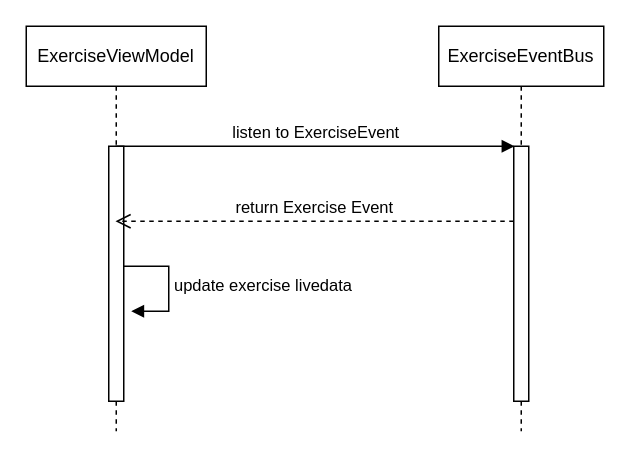
Above: my-thesis/diagrams/exercise-view-model-seq.drawio in ba-nhermanto/thesis (draw.io), before the change. Source tidied: cells renumbered, new cells numbered last; positions are measured from the earlier drawing's top-left corner, leaving out a move shared by most shapes. Both pictures are drawn from the tidied source at 150%, with x=0, y=0 at pixel (26, 26).
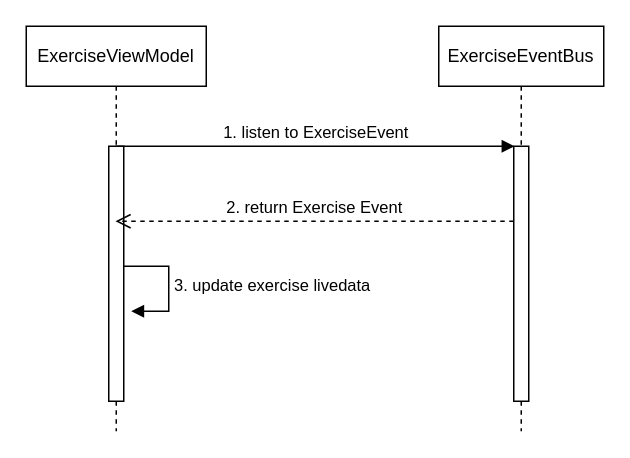
Above is the later version.

The edit, as a diff of the source:
```diff
@@
 <mxGraphModel>
   <root>
     <mxCell id="0" />
     <mxCell id="1" parent="0" />
     <mxCell id="2" value="ExerciseViewModel" style="shape=umlLifeline;perimeter=lifelinePerimeter;whiteSpace=wrap;html=1;outlineConnect=0;portConstraint=eastwest;newEdgeStyle={&quot;edgeStyle&quot;:&quot;elbowEdgeStyle&quot;,&quot;elbow&quot;:&quot;vertical&quot;,&quot;curved&quot;:0,&quot;rounded&quot;:0};" parent="1" vertex="1">
       <mxGeometry width="120" height="270" as="geometry" />
     </mxCell>
     <mxCell id="3" style="html=1;perimeter=orthogonalPerimeter;targetShapes=umlLifeline;newEdgeStyle={&quot;edgeStyle&quot;:&quot;elbowEdgeStyle&quot;,&quot;elbow&quot;:&quot;vertical&quot;,&quot;curved&quot;:0,&quot;rounded&quot;:0};" parent="2" vertex="1">
       <mxGeometry x="55" y="80" width="10" height="170" as="geometry" />
     </mxCell>
     <mxCell id="4" value="ExerciseEventBus" style="shape=umlLifeline;perimeter=lifelinePerimeter;whiteSpace=wrap;html=1;newEdgeStyle={&quot;edgeStyle&quot;:&quot;elbowEdgeStyle&quot;,&quot;elbow&quot;:&quot;vertical&quot;,&quot;curved&quot;:0,&quot;rounded&quot;:0};" parent="1" vertex="1">
       <mxGeometry x="275" width="110" height="270" as="geometry" />
     </mxCell>
     <mxCell id="5" style="html=1;perimeter=orthogonalPerimeter;targetShapes=umlLifeline;newEdgeStyle={&quot;edgeStyle&quot;:&quot;elbowEdgeStyle&quot;,&quot;elbow&quot;:&quot;vertical&quot;,&quot;curved&quot;:0,&quot;rounded&quot;:0};" parent="4" vertex="1">
       <mxGeometry x="50" y="80" width="10" height="170" as="geometry" />
     </mxCell>
-    <mxCell id="6" value="listen to ExerciseEvent" style="html=1;verticalAlign=bottom;endArrow=block;edgeStyle=elbowEdgeStyle;elbow=vertical;curved=0;rounded=0;" parent="1" edge="1" source="2">
+    <mxCell id="6" value="1. listen to ExerciseEvent" style="html=1;verticalAlign=bottom;endArrow=block;edgeStyle=elbowEdgeStyle;elbow=vertical;curved=0;rounded=0;" parent="1" edge="1" source="2">
       <mxGeometry relative="1" as="geometry">
         <mxPoint x="325.5" y="80" as="targetPoint" />
       </mxGeometry>
     </mxCell>
-    <mxCell id="7" value="return Exercise Event" style="html=1;verticalAlign=bottom;endArrow=open;dashed=1;endSize=8;edgeStyle=elbowEdgeStyle;elbow=vertical;curved=0;rounded=0;" parent="1" edge="1" target="2">
+    <mxCell id="7" value="2. return Exercise Event" style="html=1;verticalAlign=bottom;endArrow=open;dashed=1;endSize=8;edgeStyle=elbowEdgeStyle;elbow=vertical;curved=0;rounded=0;" parent="1" edge="1" target="2">
       <mxGeometry relative="1" as="geometry">
         <mxPoint x="325" y="130" as="sourcePoint" />
       </mxGeometry>
     </mxCell>
-    <mxCell id="8" value="update exercise livedata" style="html=1;align=left;spacingLeft=2;endArrow=block;rounded=0;edgeStyle=orthogonalEdgeStyle;curved=0;rounded=0;" parent="1" edge="1">
+    <mxCell id="8" value="3. update exercise livedata" style="html=1;align=left;spacingLeft=2;endArrow=block;rounded=0;edgeStyle=orthogonalEdgeStyle;curved=0;rounded=0;" parent="1" edge="1">
       <mxGeometry relative="1" as="geometry">
         <mxPoint x="65" y="160" as="sourcePoint" />
         <mxPoint x="70" y="190" as="targetPoint" />
         <Array as="points">
           <mxPoint x="95" y="190" />
         </Array>
       </mxGeometry>
     </mxCell>
   </root>
 </mxGraphModel>
```
